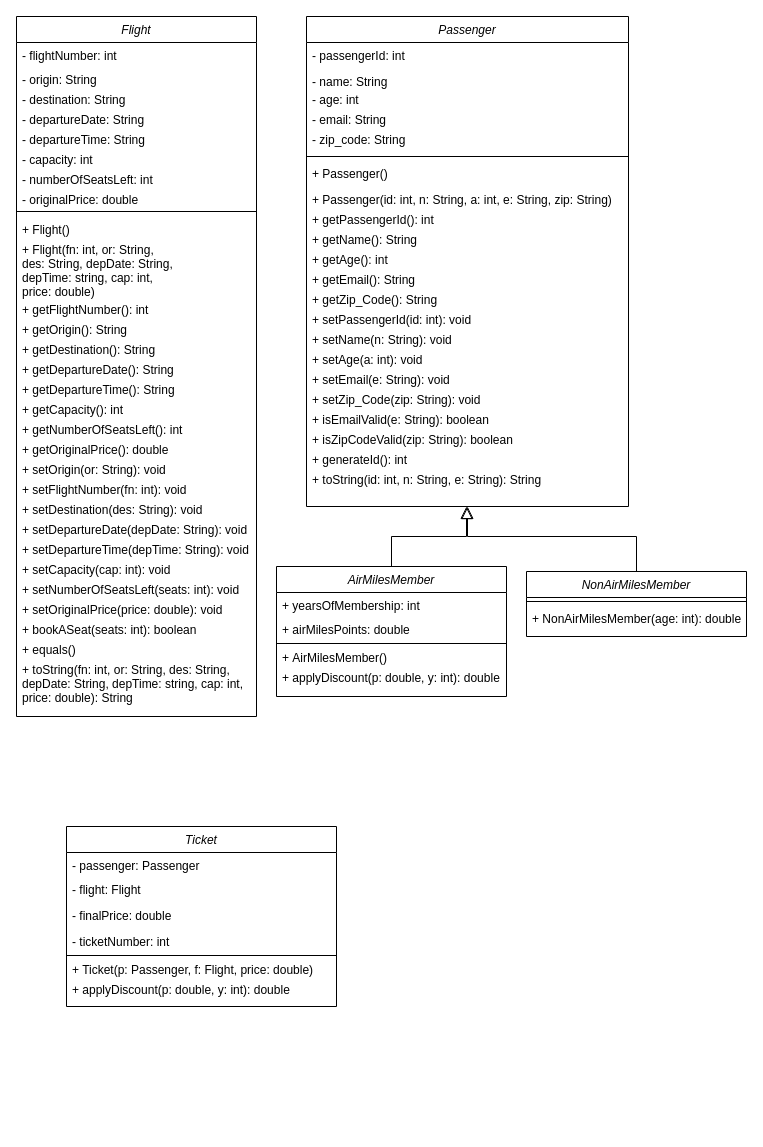
Earlier version of the draw.io diagram Untitled Diagram.drawio (yumvinegar/ProgrammingProject). Source tidied: cells renumbered, new cells numbered last; positions are measured from the earlier drawing's top-left corner, leaving out a move shared by most shapes. Both pictures are drawn from the tidied source at 100%, with x=0, y=0 at pixel (16, 16).
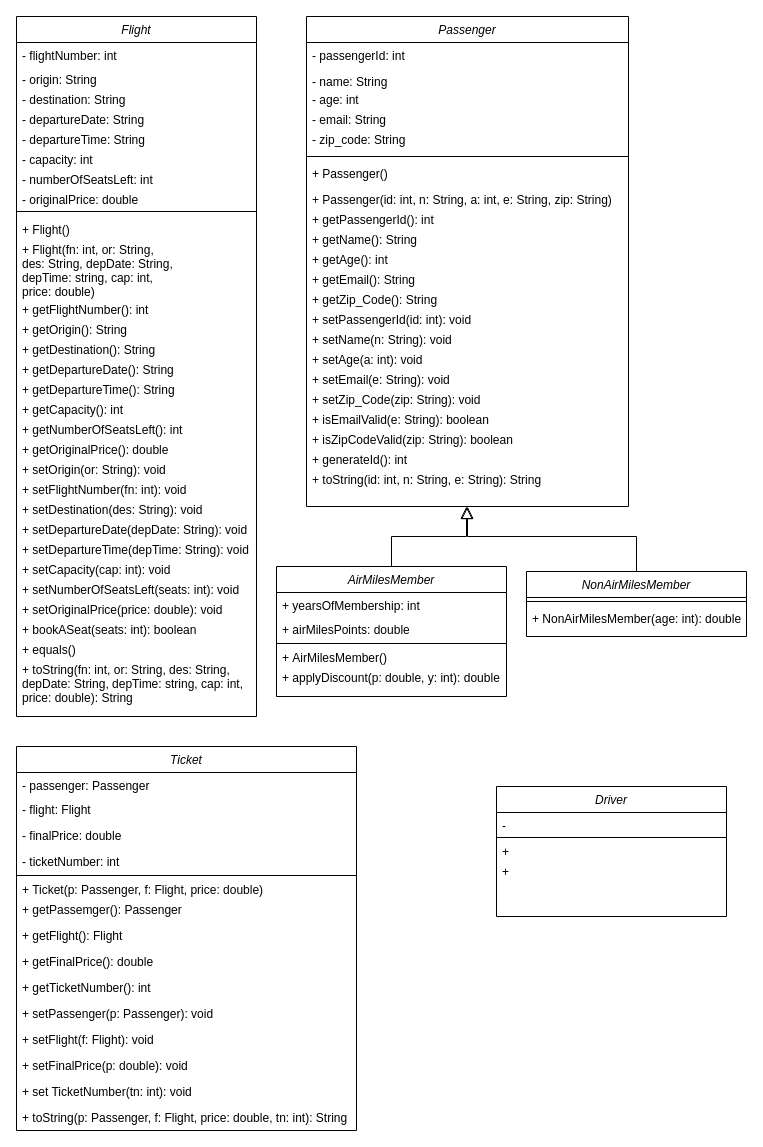
After the change.

Commit message:
Ticket + start Driver

The edit, as a diff of the source:
```diff
@@
     <mxCell id="67" value="Ticket" style="swimlane;fontStyle=2;align=center;verticalAlign=top;horizontal=1;startSize=26;rounded=0;shadow=0;strokeWidth=1;" parent="1" vertex="1">
-      <mxGeometry x="50" y="810" width="270" height="180" as="geometry" />
+      <mxGeometry y="730" width="340" height="384" as="geometry" />
     </mxCell>
     <mxCell id="68" value="- passenger: Passenger" style="text;align=left;verticalAlign=top;spacingLeft=4;spacingRight=4;overflow=hidden;" parent="67" vertex="1">
-      <mxGeometry y="26" width="270" height="24" as="geometry" />
+      <mxGeometry y="26" width="340" height="24" as="geometry" />
     </mxCell>
     <mxCell id="69" value="- flight: Flight" style="text;align=left;verticalAlign=top;spacingLeft=4;spacingRight=4;overflow=hidden;" parent="67" vertex="1">
-      <mxGeometry y="50" width="270" height="26" as="geometry" />
+      <mxGeometry y="50" width="340" height="26" as="geometry" />
     </mxCell>
     <mxCell id="70" value="- finalPrice: double" style="text;align=left;verticalAlign=top;spacingLeft=4;spacingRight=4;overflow=hidden;" parent="67" vertex="1">
-      <mxGeometry y="76" width="270" height="26" as="geometry" />
+      <mxGeometry y="76" width="340" height="26" as="geometry" />
     </mxCell>
     <mxCell id="71" value="- ticketNumber: int" style="text;align=left;verticalAlign=top;spacingLeft=4;spacingRight=4;overflow=hidden;" parent="67" vertex="1">
-      <mxGeometry y="102" width="270" height="26" as="geometry" />
+      <mxGeometry y="102" width="340" height="26" as="geometry" />
     </mxCell>
     <mxCell id="72" style="line;html=1;strokeWidth=1;align=left;verticalAlign=middle;spacingTop=-1;spacingLeft=3;spacingRight=3;labelPosition=right;" parent="67" vertex="1">
-      <mxGeometry y="128" width="270" height="2" as="geometry" />
+      <mxGeometry y="128" width="340" height="2" as="geometry" />
     </mxCell>
     <mxCell id="73" value="+ Ticket(p: Passenger, f: Flight, price: double)" style="text;align=left;verticalAlign=top;spacingLeft=4;spacingRight=4;overflow=hidden;fontStyle=0;" parent="67" vertex="1">
-      <mxGeometry y="130" width="270" height="20" as="geometry" />
+      <mxGeometry y="130" width="340" height="20" as="geometry" />
     </mxCell>
-    <mxCell id="74" value="+ applyDiscount(p: double, y: int): double" style="text;align=left;verticalAlign=top;spacingLeft=4;spacingRight=4;overflow=hidden;fontStyle=0;" parent="67" vertex="1">
-      <mxGeometry y="150" width="270" height="26" as="geometry" />
+    <mxCell id="74" value="+ getPassemger(): Passenger" style="text;align=left;verticalAlign=top;spacingLeft=4;spacingRight=4;overflow=hidden;fontStyle=0;" parent="67" vertex="1">
+      <mxGeometry y="150" width="340" height="26" as="geometry" />
     </mxCell>
+    <mxCell id="75" value="+ getFlight(): Flight" style="text;align=left;verticalAlign=top;spacingLeft=4;spacingRight=4;overflow=hidden;fontStyle=0;" parent="67" vertex="1">
+      <mxGeometry y="176" width="340" height="26" as="geometry" />
+    </mxCell>
+    <mxCell id="76" value="+ getFinalPrice(): double" style="text;align=left;verticalAlign=top;spacingLeft=4;spacingRight=4;overflow=hidden;fontStyle=0;" parent="67" vertex="1">
+      <mxGeometry y="202" width="340" height="26" as="geometry" />
+    </mxCell>
+    <mxCell id="77" value="+ getTicketNumber(): int" style="text;align=left;verticalAlign=top;spacingLeft=4;spacingRight=4;overflow=hidden;fontStyle=0;" parent="67" vertex="1">
+      <mxGeometry y="228" width="340" height="26" as="geometry" />
+    </mxCell>
+    <mxCell id="78" value="+ setPassenger(p: Passenger): void" style="text;align=left;verticalAlign=top;spacingLeft=4;spacingRight=4;overflow=hidden;fontStyle=0;" parent="67" vertex="1">
+      <mxGeometry y="254" width="340" height="26" as="geometry" />
+    </mxCell>
+    <mxCell id="79" value="+ setFlight(f: Flight): void" style="text;align=left;verticalAlign=top;spacingLeft=4;spacingRight=4;overflow=hidden;fontStyle=0;" parent="67" vertex="1">
+      <mxGeometry y="280" width="340" height="26" as="geometry" />
+    </mxCell>
+    <mxCell id="80" value="+ setFinalPrice(p: double): void" style="text;align=left;verticalAlign=top;spacingLeft=4;spacingRight=4;overflow=hidden;fontStyle=0;" parent="67" vertex="1">
+      <mxGeometry y="306" width="340" height="26" as="geometry" />
+    </mxCell>
+    <mxCell id="81" value="+ set TicketNumber(tn: int): void" style="text;align=left;verticalAlign=top;spacingLeft=4;spacingRight=4;overflow=hidden;fontStyle=0;" parent="67" vertex="1">
+      <mxGeometry y="332" width="340" height="26" as="geometry" />
+    </mxCell>
+    <mxCell id="82" value="+ toString(p: Passenger, f: Flight, price: double, tn: int): String" style="text;align=left;verticalAlign=top;spacingLeft=4;spacingRight=4;overflow=hidden;fontStyle=0;" parent="67" vertex="1">
+      <mxGeometry y="358" width="340" height="26" as="geometry" />
+    </mxCell>
+    <mxCell id="83" value="Driver" style="swimlane;fontStyle=2;align=center;verticalAlign=top;horizontal=1;startSize=26;rounded=0;shadow=0;strokeWidth=1;" parent="1" vertex="1">
+      <mxGeometry x="480" y="770" width="230" height="130" as="geometry" />
+    </mxCell>
+    <mxCell id="84" value="-" style="text;align=left;verticalAlign=top;spacingLeft=4;spacingRight=4;overflow=hidden;" parent="83" vertex="1">
+      <mxGeometry y="26" width="230" height="24" as="geometry" />
+    </mxCell>
+    <mxCell id="85" style="line;html=1;strokeWidth=1;align=left;verticalAlign=middle;spacingTop=-1;spacingLeft=3;spacingRight=3;labelPosition=right;" parent="83" vertex="1">
+      <mxGeometry y="50" width="230" height="2" as="geometry" />
+    </mxCell>
+    <mxCell id="86" value="+" style="text;align=left;verticalAlign=top;spacingLeft=4;spacingRight=4;overflow=hidden;fontStyle=0;" parent="83" vertex="1">
+      <mxGeometry y="52" width="230" height="20" as="geometry" />
+    </mxCell>
+    <mxCell id="87" value="+" style="text;align=left;verticalAlign=top;spacingLeft=4;spacingRight=4;overflow=hidden;fontStyle=0;" parent="83" vertex="1">
+      <mxGeometry y="72" width="230" height="26" as="geometry" />
+    </mxCell>
```
